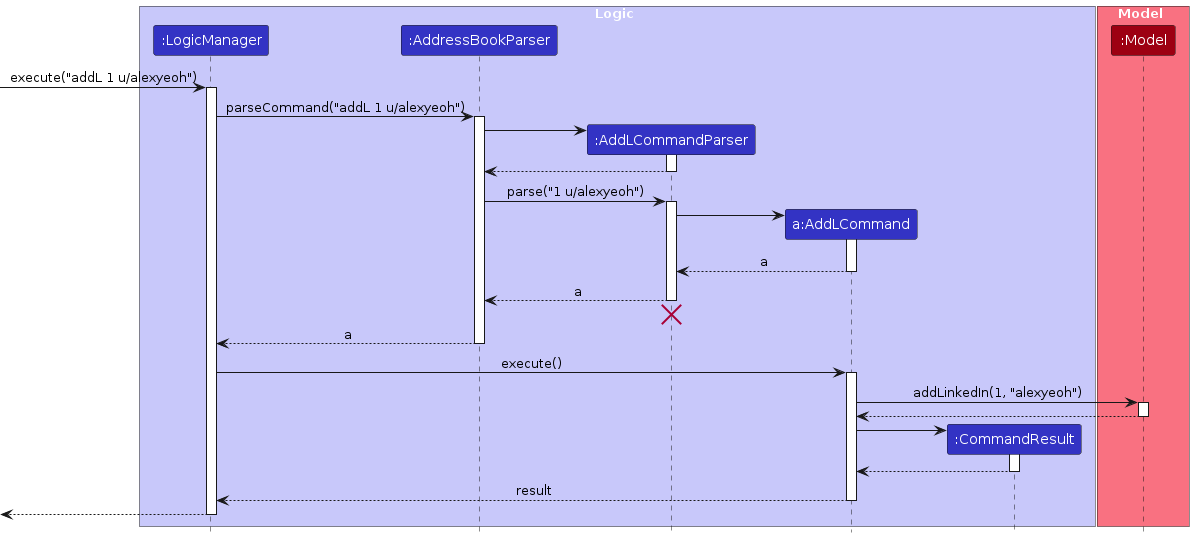
Earlier version of the PlantUML export diagrams/AddLSequenceDiagram.png (AriellaCallista/tp). Its source is kept beside it as diagrams/AddLSequenceDiagram.puml.
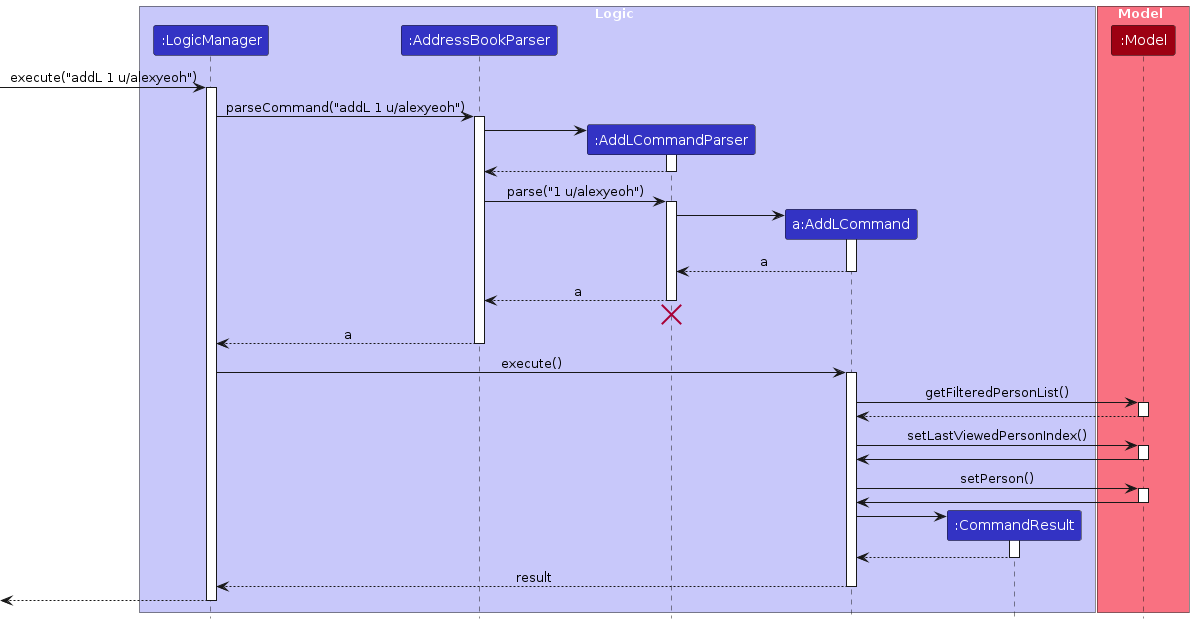
After the change.

Change to the diagram source:
```diff
@@ -48,10 +48,22 @@
 LogicManager -> AddLCommand : execute()
 activate AddLCommand
 
-AddLCommand -> Model : addLinkedIn(1, "alexyeoh")
+AddLCommand -> Model : getFilteredPersonList()
 activate Model
 
 Model --> AddLCommand
+deactivate Model
+
+AddLCommand -> Model : setLastViewedPersonIndex()
+activate Model
+
+Model -> AddLCommand
+deactivate Model
+
+AddLCommand -> Model : setPerson()
+activate Model
+
+Model -> AddLCommand
 deactivate Model
 
 create CommandResult
```
